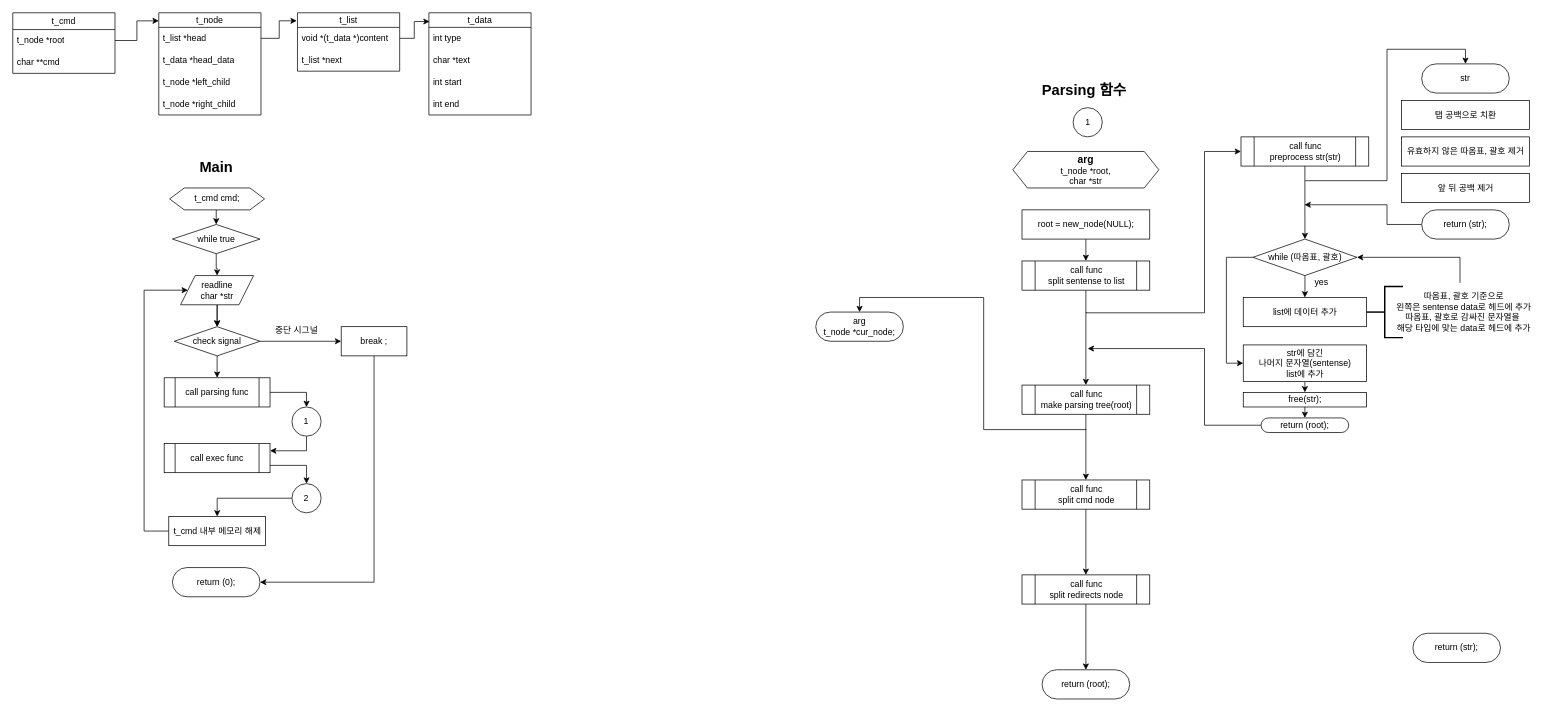
This is page "parsing 흐름도" (2 of 3) of parsing_tree.drawio from blue-orion/minishell, a draw.io file, before an edit. Source tidied: cells renumbered, new cells numbered last; positions are measured from the earlier drawing's top-left corner, leaving out a move shared by most shapes. Both pictures are drawn from the tidied source at 73%, with x=0, y=0 at pixel (12, 12).
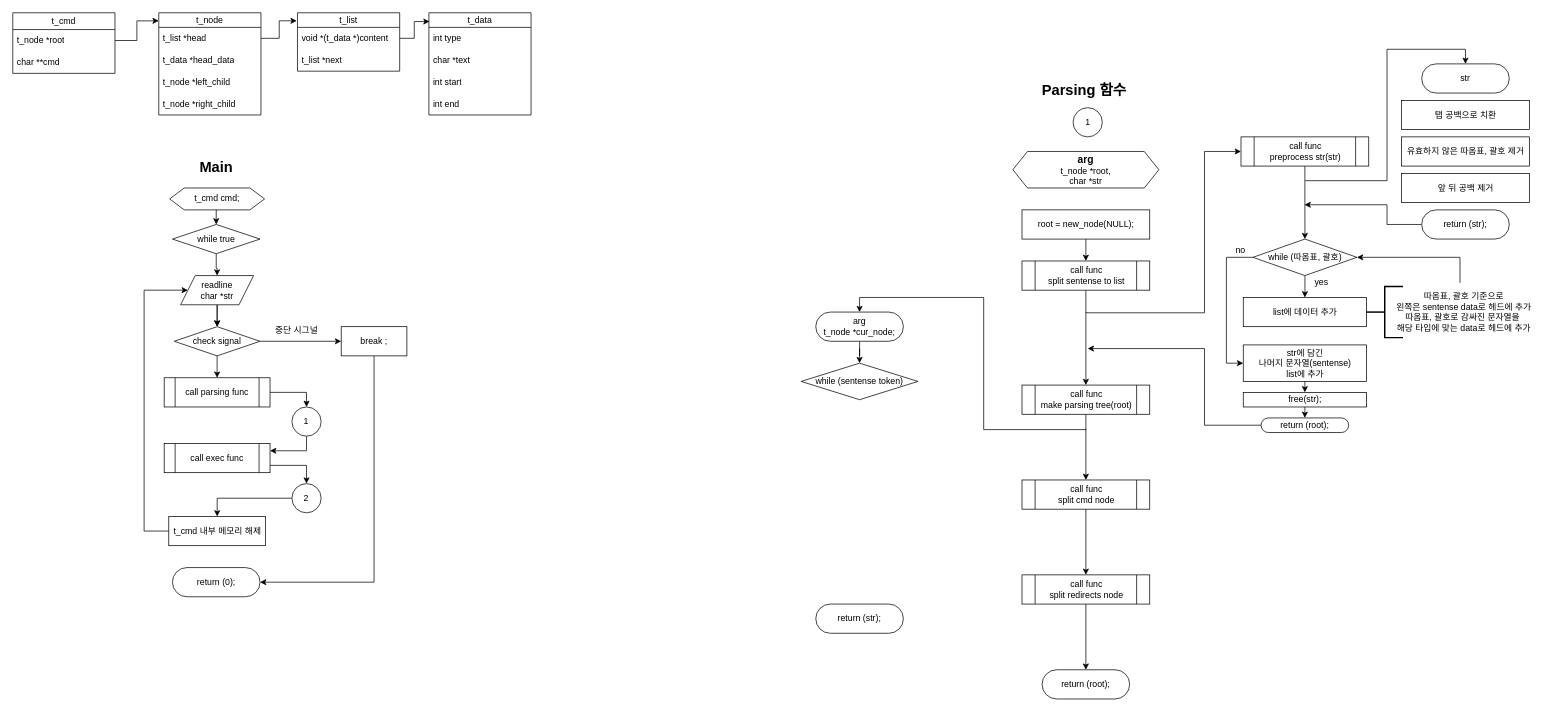
Above is the later version.

Unchanged cells that the change refers to:
```xml
<mxCell id="86" value="arg&lt;div&gt;t_node *cur_node;&lt;/div&gt;" style="rounded=1;whiteSpace=wrap;html=1;arcSize=50;" parent="1" vertex="1">
  <mxGeometry x="1100" y="410" width="120" height="40" as="geometry" />
</mxCell>
```

The edit, as a diff of the source:
```diff
@@
+    <mxCell id="88" style="edgeStyle=orthogonalEdgeStyle;rounded=0;jettySize=auto;html=1;" parent="1" edge="1" source="86" target="90">
+      <mxGeometry relative="1" as="geometry" />
+    </mxCell>
@@
     <mxCell id="87" value="return (str);" style="rounded=1;whiteSpace=wrap;html=1;arcSize=50;" parent="1" vertex="1">
-      <mxGeometry x="1918" y="850" width="120" height="40" as="geometry" />
+      <mxGeometry x="1100" y="810" width="120" height="40" as="geometry" />
     </mxCell>
+    <mxCell id="89" value="no" style="text;html=1;align=center;verticalAlign=middle;whiteSpace=wrap;rounded=0;" parent="1" vertex="1">
+      <mxGeometry x="1652" y="316" width="60" height="20" as="geometry" />
+    </mxCell>
+    <mxCell id="90" value="while (sentense token)" style="rhombus;whiteSpace=wrap;html=1;rounded=1;arcSize=0;" parent="1" vertex="1">
+      <mxGeometry x="1080" y="480" width="160" height="50" as="geometry" />
+    </mxCell>
```
